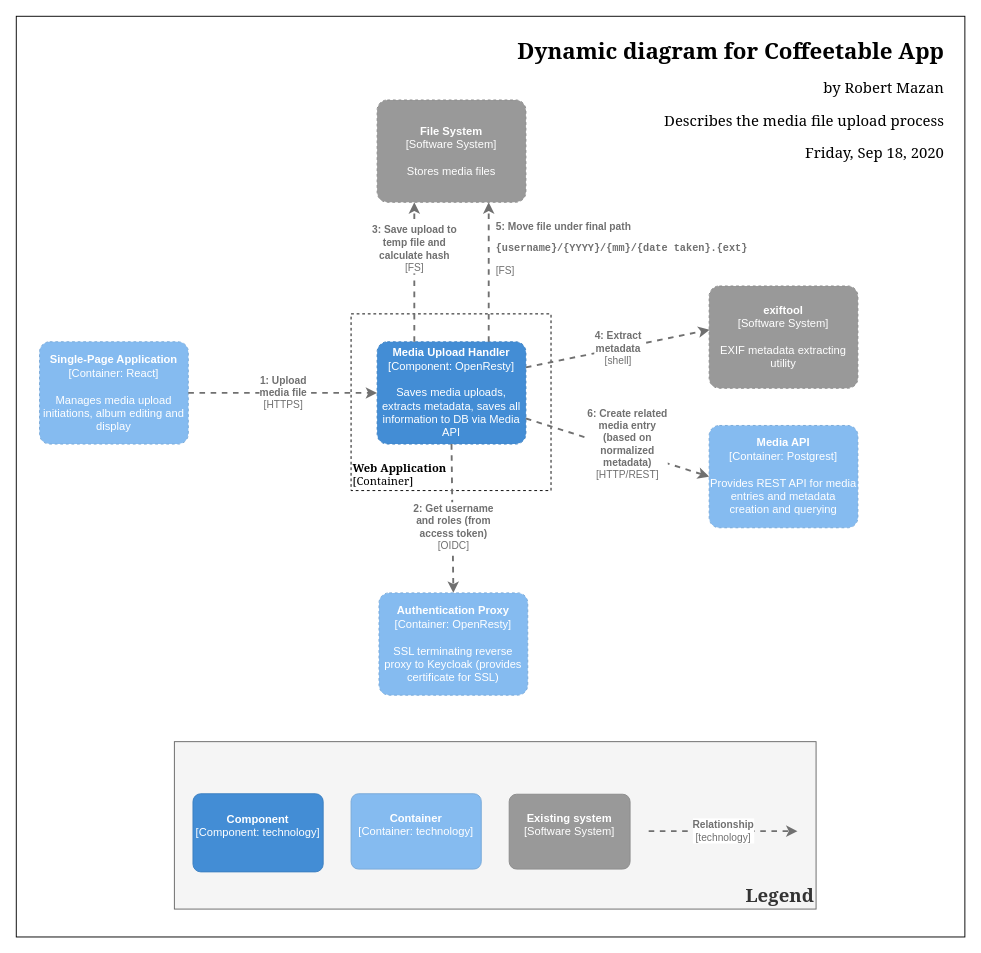
The draw.io diagram page "Dynamic: Upload" (4 of 6) of docs/images/coffeetable.drawio in robmazan/coffeetable, before the edit. Source tidied: cells renumbered, new cells numbered last; positions are measured from the earlier drawing's top-left corner, leaving out a move shared by most shapes. Both pictures are drawn from the tidied source at 93%, with x=0, y=0 at pixel (16, 16).
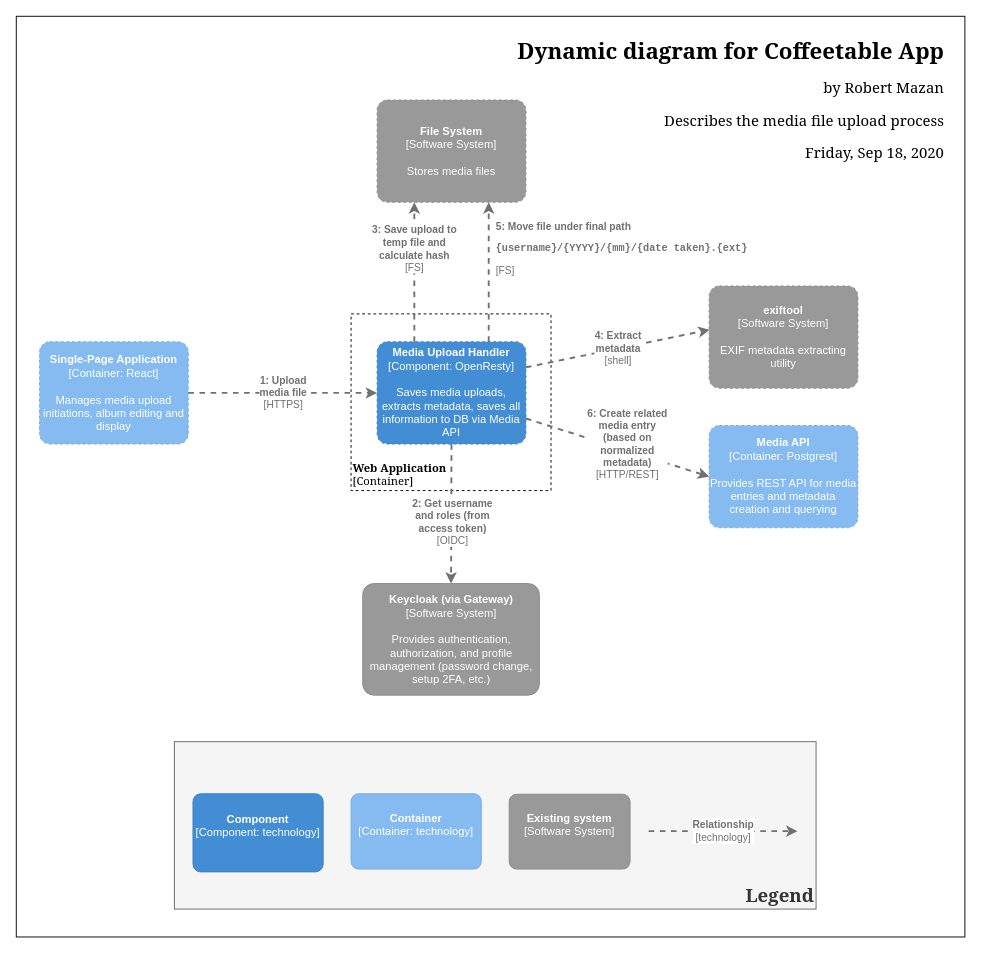
The same page after the edit.

Unchanged cells that the change refers to:
```xml
<object id="4" label="&lt;b&gt;%c4Name%&lt;/b&gt;&lt;div&gt;[%c4Type%: %c4Technology%]&lt;/div&gt;&lt;br&gt;&lt;div&gt;%c4Description%&lt;/div&gt;" c4Description="Saves media uploads, extracts metadata, saves all information to DB via Media API" c4Name="Media Upload Handler" c4Technology="OpenResty" c4Type="Component" placeholders="1">
  <mxCell style="rounded=1;whiteSpace=wrap;html=1;labelBackgroundColor=none;fillColor=#438DD5;fontColor=#ffffff;align=center;arcSize=10;strokeColor=#3C7FC0;metaData={&quot;c4Type&quot;:{&quot;editable&quot;:false}};points=[[0.25,0,0],[0.5,0,0],[0.75,0,0],[1,0.25,0],[1,0.5,0],[1,0.75,0],[0.75,1,0],[0.5,1,0],[0.25,1,0],[0,0.75,0],[0,0.5,0],[0,0.25,0]];dashed=1;" parent="1" vertex="1">
    <mxGeometry x="388" y="350" width="160" height="110" as="geometry" />
  </mxCell>
</object>
```

What changed in the source:
```diff
@@
-    <object id="9" label="&lt;b&gt;%c4Name%&lt;/b&gt;&lt;div&gt;[%c4Type%: %c4Technology%]&lt;/div&gt;&lt;br&gt;&lt;div&gt;%c4Description%&lt;/div&gt;" c4Description="SSL terminating reverse proxy to Keycloak (provides certificate for SSL)" c4Name="Authentication Proxy" c4Technology="OpenResty" c4Type="Container" placeholders="1">
-      <mxCell style="rounded=1;whiteSpace=wrap;html=1;labelBackgroundColor=none;fillColor=#85BBF0;fontColor=#ffffff;align=center;arcSize=10;strokeColor=#78A8D8;metaData={&quot;c4Type&quot;:{&quot;editable&quot;:false}};points=[[0.25,0,0],[0.5,0,0],[0.75,0,0],[1,0.25,0],[1,0.5,0],[1,0.75,0],[0.75,1,0],[0.5,1,0],[0.25,1,0],[0,0.75,0],[0,0.5,0],[0,0.25,0]];dashed=1;" parent="1" vertex="1">
-        <mxGeometry x="390" y="620" width="160" height="110" as="geometry" />
-      </mxCell>
-    </object>
@@
     <object id="15" label="&lt;div style=&quot;&quot;&gt;&lt;div style=&quot;&quot;&gt;&lt;b&gt;%c4Description%&lt;/b&gt;&lt;/div&gt;&lt;div style=&quot;&quot;&gt;[%c4Technology%]&lt;/div&gt;&lt;/div&gt;" c4Description="2: Get username&#10;and roles (from&#10;access token)" c4Technology="OIDC" placeholders="1">
-      <mxCell style="edgeStyle=none;rounded=0;html=1;entryX=0.5;entryY=0;jettySize=auto;strokeColor=#707070;strokeWidth=2;fontColor=#707070;jumpStyle=none;dashed=1;metaData={&quot;c4Type&quot;:{&quot;editable&quot;:false}};align=center;exitX=0.5;exitY=1;exitDx=0;exitDy=0;exitPerimeter=0;entryDx=0;entryDy=0;entryPerimeter=0;" parent="1" edge="1" source="4" target="9">
+      <mxCell style="edgeStyle=none;rounded=0;html=1;entryX=0.5;entryY=0;jettySize=auto;strokeColor=#707070;strokeWidth=2;fontColor=#707070;jumpStyle=none;dashed=1;metaData={&quot;c4Type&quot;:{&quot;editable&quot;:false}};align=center;exitX=0.5;exitY=1;exitDx=0;exitDy=0;exitPerimeter=0;entryDx=0;entryDy=0;entryPerimeter=0;" parent="1" edge="1" source="4" target="22">
         <mxGeometry x="0.13" y="1" relative="1" as="geometry">
           <mxPoint y="-1" as="offset" />
         </mxGeometry>
       </mxCell>
     </object>
@@
+    <object id="22" label="&lt;b&gt;%c4Name%&lt;/b&gt;&lt;div&gt;[%c4Type%]&lt;/div&gt;&lt;br&gt;&lt;div&gt;%c4Description%&lt;/div&gt;" c4Description="Provides authentication, authorization, and profile management (password change, setup 2FA, etc.)" c4Name="Keycloak (via Gateway)" c4Type="Software System" placeholders="1">
+      <mxCell style="rounded=1;whiteSpace=wrap;html=1;labelBackgroundColor=none;fillColor=#999999;fontColor=#ffffff;align=center;arcSize=10;strokeColor=#8A8A8A;metaData={&quot;c4Type&quot;:{&quot;editable&quot;:false}};points=[[0.25,0,0],[0.5,0,0],[0.75,0,0],[1,0.25,0],[1,0.5,0],[1,0.75,0],[0.75,1,0],[0.5,1,0],[0.25,1,0],[0,0.75,0],[0,0.5,0],[0,0.25,0]];" parent="1" vertex="1">
+        <mxGeometry x="372.5" y="610" width="190" height="120" as="geometry" />
+      </mxCell>
+    </object>
```
